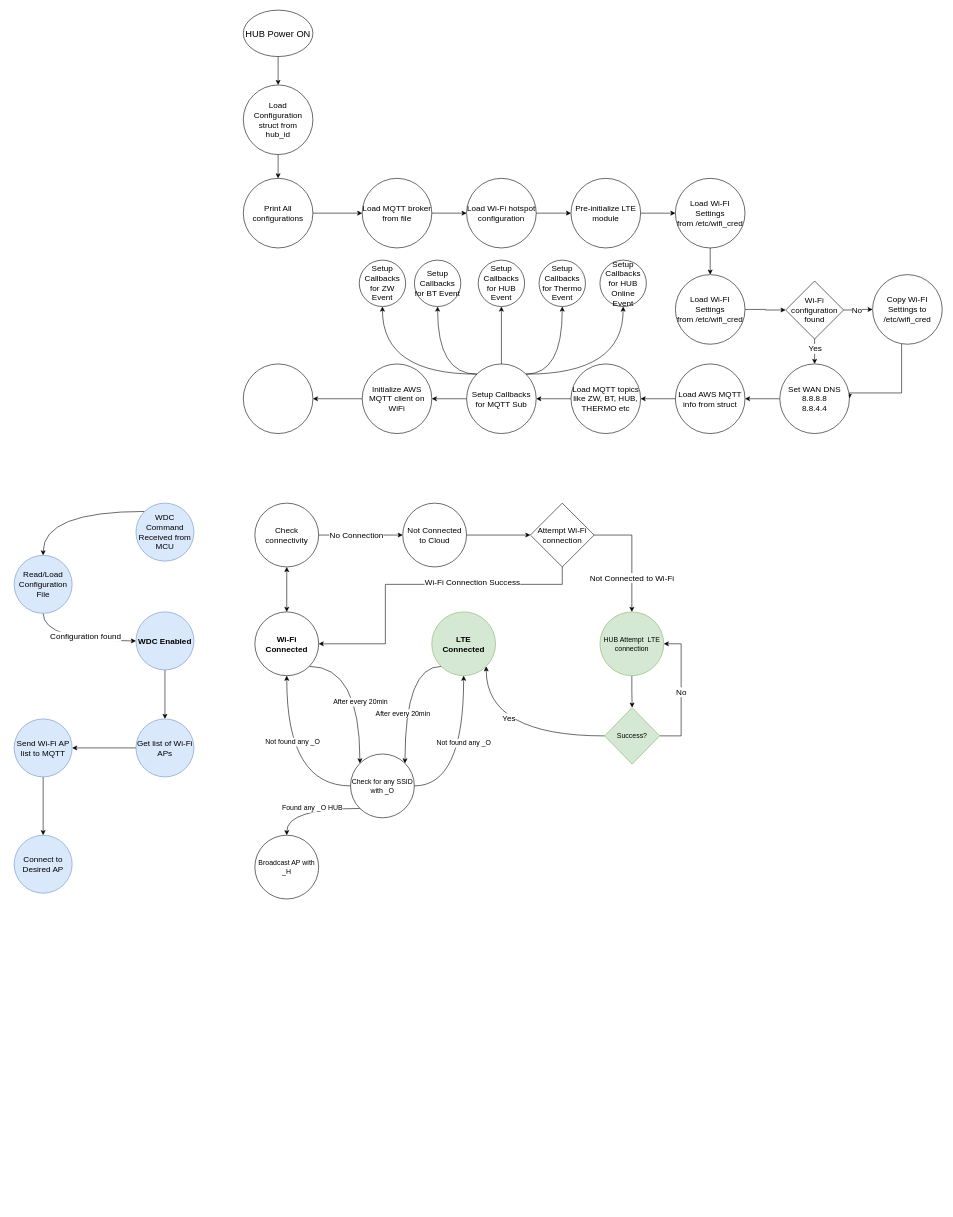
Above: connectivity states.drawio in sohaibqamar/drawings (draw.io), before the change. Source tidied: cells renumbered, new cells numbered last; positions are measured from the earlier drawing's top-left corner, leaving out a move shared by most shapes. Both pictures are drawn from the tidied source at 58%, with x=0, y=0 at pixel (14, 10).
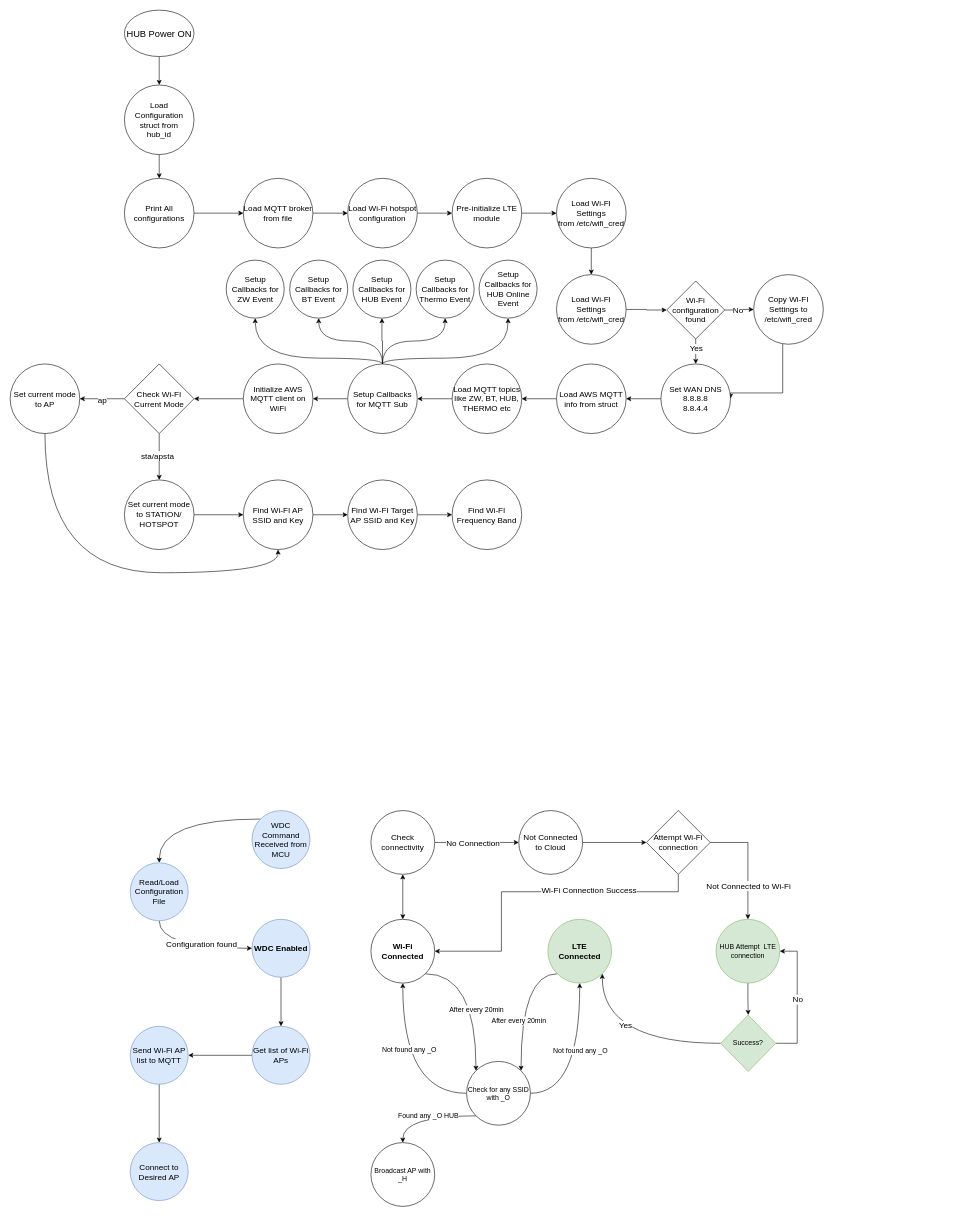
Above is the later version.

Change to the diagram source:
```diff
@@
     <mxCell id="3" value="HUB Power ON" style="ellipse;whiteSpace=wrap;html=1;fontSize=16;" parent="1" vertex="1">
-      <mxGeometry x="395" width="120" height="80" as="geometry" />
+      <mxGeometry x="190" width="120" height="80" as="geometry" />
     </mxCell>
@@
     <mxCell id="7" value="Check connectivity" style="ellipse;whiteSpace=wrap;html=1;fontSize=14;" parent="1" vertex="1">
-      <mxGeometry x="414.9" y="850" width="110" height="110" as="geometry" />
+      <mxGeometry x="615" y="1380" width="110" height="110" as="geometry" />
     </mxCell>
@@
     <mxCell id="10" value="Wi-Fi &lt;br style=&quot;font-size: 14px;&quot;&gt;Connected" style="ellipse;whiteSpace=wrap;html=1;fontSize=14;fontStyle=1;" parent="1" vertex="1">
-      <mxGeometry x="414.9" y="1037.5" width="110" height="110" as="geometry" />
+      <mxGeometry x="615" y="1567.5" width="110" height="110" as="geometry" />
     </mxCell>
@@
     <mxCell id="13" value="LTE&lt;br style=&quot;font-size: 14px;&quot;&gt;Connected" style="ellipse;whiteSpace=wrap;html=1;fillColor=#d5e8d4;strokeColor=#82b366;fillStyle=solid;fontStyle=1;fontSize=14;" parent="1" vertex="1">
-      <mxGeometry x="719.9" y="1037.5" width="110" height="110" as="geometry" />
+      <mxGeometry x="920" y="1567.5" width="110" height="110" as="geometry" />
     </mxCell>
     <mxCell id="14" style="edgeStyle=orthogonalEdgeStyle;jettySize=auto;html=1;curved=0;exitX=0.5;exitY=1;exitDx=0;exitDy=0;rounded=0;entryX=1;entryY=0.5;entryDx=0;entryDy=0;" parent="1" edge="1" source="16" target="10">
       <mxGeometry relative="1" as="geometry">
         <Array as="points">
-          <mxPoint x="944.9" y="990" />
-          <mxPoint x="639.9" y="990" />
-          <mxPoint x="639.9" y="1092" />
+          <mxPoint x="1145" y="1520" />
+          <mxPoint x="840" y="1520" />
+          <mxPoint x="840" y="1622" />
         </Array>
       </mxGeometry>
     </mxCell>
@@
     <mxCell id="16" value="Attempt Wi-Fi connection" style="rhombus;whiteSpace=wrap;html=1;fontSize=14;" parent="1" vertex="1">
-      <mxGeometry x="889.9" y="850" width="110" height="110" as="geometry" />
+      <mxGeometry x="1090" y="1380" width="110" height="110" as="geometry" />
     </mxCell>
@@
     <mxCell id="18" value="WDC Enabled" style="ellipse;whiteSpace=wrap;html=1;fontSize=14;fillColor=#dae8fc;strokeColor=#6c8ebf;fontStyle=1;" parent="1" vertex="1">
-      <mxGeometry x="209.9" y="1037.5" width="100" height="100" as="geometry" />
+      <mxGeometry x="410" y="1567.5" width="100" height="100" as="geometry" />
     </mxCell>
@@
     <mxCell id="25" value="Check for any SSID with _O" style="ellipse;whiteSpace=wrap;html=1;" parent="1" vertex="1">
-      <mxGeometry x="579.9" y="1282.5" width="110" height="110" as="geometry" />
+      <mxGeometry x="780" y="1812.5" width="110" height="110" as="geometry" />
     </mxCell>
     <mxCell id="26" value="Broadcast AP with _H" style="ellipse;whiteSpace=wrap;html=1;" parent="1" vertex="1">
-      <mxGeometry x="414.9" y="1422.5" width="110" height="110" as="geometry" />
+      <mxGeometry x="615" y="1952.5" width="110" height="110" as="geometry" />
     </mxCell>
@@
     <mxCell id="28" value="Not Connected to Cloud" style="ellipse;whiteSpace=wrap;html=1;fontSize=14;" parent="1" vertex="1">
-      <mxGeometry x="669.9" y="850" width="110" height="110" as="geometry" />
+      <mxGeometry x="870" y="1380" width="110" height="110" as="geometry" />
     </mxCell>
@@
     <mxCell id="32" value="WDC Command Received from MCU" style="ellipse;whiteSpace=wrap;html=1;fontSize=14;fillColor=#dae8fc;strokeColor=#6c8ebf;" parent="1" vertex="1">
-      <mxGeometry x="209.9" y="850" width="100" height="100" as="geometry" />
+      <mxGeometry x="410" y="1380" width="100" height="100" as="geometry" />
     </mxCell>
@@
     <mxCell id="34" value="Get list of Wi-Fi APs" style="ellipse;whiteSpace=wrap;html=1;fontSize=14;fillColor=#dae8fc;strokeColor=#6c8ebf;" parent="1" vertex="1">
-      <mxGeometry x="209.9" y="1222" width="100" height="100" as="geometry" />
+      <mxGeometry x="410" y="1752" width="100" height="100" as="geometry" />
     </mxCell>
@@
     <mxCell id="37" value="Read/Load Configuration File" style="ellipse;whiteSpace=wrap;html=1;fontSize=14;fillColor=#dae8fc;strokeColor=#6c8ebf;" parent="1" vertex="1">
-      <mxGeometry x="-0.1" y="940" width="100" height="100" as="geometry" />
+      <mxGeometry x="200" y="1470" width="100" height="100" as="geometry" />
     </mxCell>
@@
     <mxCell id="39" value="HUB Attempt&amp;nbsp; LTE connection" style="ellipse;whiteSpace=wrap;html=1;fillColor=#d5e8d4;strokeColor=#82b366;fillStyle=solid;" parent="1" vertex="1">
-      <mxGeometry x="1009.9" y="1037.5" width="110" height="110" as="geometry" />
+      <mxGeometry x="1210" y="1567.5" width="110" height="110" as="geometry" />
     </mxCell>
@@
     <mxCell id="42" style="edgeStyle=orthogonalEdgeStyle;rounded=0;jettySize=auto;html=1;entryX=1;entryY=0.5;entryDx=0;entryDy=0;exitX=1;exitY=0.5;exitDx=0;exitDy=0;" parent="1" edge="1" source="44" target="39">
       <mxGeometry relative="1" as="geometry">
         <Array as="points">
-          <mxPoint x="1149.9" y="1251" />
-          <mxPoint x="1149.9" y="1092" />
+          <mxPoint x="1350" y="1781" />
+          <mxPoint x="1350" y="1622" />
         </Array>
       </mxGeometry>
     </mxCell>
@@
     <mxCell id="44" value="Success?" style="rhombus;whiteSpace=wrap;html=1;fillColor=#d5e8d4;strokeColor=#82b366;fillStyle=solid;" parent="1" vertex="1">
-      <mxGeometry x="1017.9" y="1202.5" width="95" height="97.5" as="geometry" />
+      <mxGeometry x="1218" y="1732.5" width="95" height="97.5" as="geometry" />
     </mxCell>
     <mxCell id="45" value="Connect to Desired AP" style="ellipse;whiteSpace=wrap;html=1;fontSize=14;fillColor=#dae8fc;strokeColor=#6c8ebf;" parent="1" vertex="1">
-      <mxGeometry x="-0.1" y="1422.5" width="100" height="100" as="geometry" />
+      <mxGeometry x="200" y="1952.5" width="100" height="100" as="geometry" />
     </mxCell>
@@
     <mxCell id="47" value="Send Wi-Fi AP list to MQTT" style="ellipse;whiteSpace=wrap;html=1;fontSize=14;fillColor=#dae8fc;strokeColor=#6c8ebf;" parent="1" vertex="1">
-      <mxGeometry x="-0.1" y="1222" width="100" height="100" as="geometry" />
+      <mxGeometry x="200" y="1752" width="100" height="100" as="geometry" />
     </mxCell>
@@
     <mxCell id="49" value="Load Configuration struct from&lt;br&gt;hub_id" style="ellipse;whiteSpace=wrap;html=1;fontSize=14;" parent="1" vertex="1">
-      <mxGeometry x="395" y="129" width="120" height="120" as="geometry" />
+      <mxGeometry x="190" y="129" width="120" height="120" as="geometry" />
     </mxCell>
@@
     <mxCell id="51" value="Print All configurations" style="ellipse;whiteSpace=wrap;html=1;fontSize=14;" parent="1" vertex="1">
-      <mxGeometry x="395" y="290" width="120" height="120" as="geometry" />
+      <mxGeometry x="190" y="290" width="120" height="120" as="geometry" />
     </mxCell>
@@
     <mxCell id="53" value="Load MQTT broker from file" style="ellipse;whiteSpace=wrap;html=1;fontSize=14;" parent="1" vertex="1">
-      <mxGeometry x="600" y="290" width="120" height="120" as="geometry" />
+      <mxGeometry x="395" y="290" width="120" height="120" as="geometry" />
     </mxCell>
@@
     <mxCell id="55" value="Load Wi-Fi hotspot configuration" style="ellipse;whiteSpace=wrap;html=1;fontSize=14;" parent="1" vertex="1">
-      <mxGeometry x="780" y="290" width="120" height="120" as="geometry" />
+      <mxGeometry x="575" y="290" width="120" height="120" as="geometry" />
     </mxCell>
@@
     <mxCell id="57" value="Pre-initialize LTE module" style="ellipse;whiteSpace=wrap;html=1;fontSize=14;" parent="1" vertex="1">
-      <mxGeometry x="960" y="290" width="120" height="120" as="geometry" />
+      <mxGeometry x="755" y="290" width="120" height="120" as="geometry" />
     </mxCell>
@@
     <mxCell id="59" value="Load Wi-FI Settings from&amp;nbsp;/etc/wifi_cred" style="ellipse;whiteSpace=wrap;html=1;fontSize=14;" parent="1" vertex="1">
-      <mxGeometry x="1140" y="290" width="120" height="120" as="geometry" />
+      <mxGeometry x="935" y="290" width="120" height="120" as="geometry" />
     </mxCell>
@@
     <mxCell id="61" value="Load Wi-FI Settings from&amp;nbsp;/etc/wifi_cred" style="ellipse;whiteSpace=wrap;html=1;fontSize=14;" parent="1" vertex="1">
-      <mxGeometry x="1140" y="456" width="120" height="120" as="geometry" />
+      <mxGeometry x="935" y="456" width="120" height="120" as="geometry" />
     </mxCell>
@@
     <mxCell id="66" value="Wi-Fi configuration found" style="rhombus;whiteSpace=wrap;html=1;fontSize=14;" parent="1" vertex="1">
-      <mxGeometry x="1330" y="467" width="100" height="100" as="geometry" />
+      <mxGeometry x="1125" y="467" width="100" height="100" as="geometry" />
     </mxCell>
     <mxCell id="67" style="edgeStyle=orthogonalEdgeStyle;rounded=0;jettySize=auto;html=1;entryX=1;entryY=0.5;entryDx=0;entryDy=0;" parent="1" edge="1" source="68" target="70">
       <mxGeometry relative="1" as="geometry">
         <Array as="points">
-          <mxPoint x="1530" y="660" />
+          <mxPoint x="1325" y="660" />
         </Array>
       </mxGeometry>
     </mxCell>
     <mxCell id="68" value="Copy Wi-FI Settings to /etc/wifi_cred" style="ellipse;whiteSpace=wrap;html=1;fontSize=14;" parent="1" vertex="1">
-      <mxGeometry x="1480" y="456" width="120" height="120" as="geometry" />
+      <mxGeometry x="1275" y="456" width="120" height="120" as="geometry" />
     </mxCell>
@@
     <mxCell id="70" value="Set WAN DNS&lt;br&gt;8.8.8.8&lt;br&gt;8.8.4.4" style="ellipse;whiteSpace=wrap;html=1;fontSize=14;" parent="1" vertex="1">
-      <mxGeometry x="1320" y="610" width="120" height="120" as="geometry" />
+      <mxGeometry x="1115" y="610" width="120" height="120" as="geometry" />
     </mxCell>
@@
     <mxCell id="72" value="Load AWS MQTT info from struct" style="ellipse;whiteSpace=wrap;html=1;fontSize=14;" parent="1" vertex="1">
-      <mxGeometry x="1140" y="610" width="120" height="120" as="geometry" />
+      <mxGeometry x="935" y="610" width="120" height="120" as="geometry" />
     </mxCell>
@@
     <mxCell id="74" value="Load MQTT topics like ZW, BT, HUB, THERMO etc" style="ellipse;whiteSpace=wrap;html=1;fontSize=14;" parent="1" vertex="1">
-      <mxGeometry x="960" y="610" width="120" height="120" as="geometry" />
+      <mxGeometry x="755" y="610" width="120" height="120" as="geometry" />
     </mxCell>
+    <mxCell id="90" style="edgeStyle=orthogonalEdgeStyle;rounded=0;jettySize=auto;html=1;exitX=0.5;exitY=1;exitDx=0;exitDy=0;entryX=0.5;entryY=0;entryDx=0;entryDy=0;" parent="1" edge="1" source="75" target="95">
+      <mxGeometry relative="1" as="geometry" />
+    </mxCell>
+    <mxCell id="91" value="&lt;font style=&quot;font-size: 14px;&quot;&gt;sta/apsta&lt;/font&gt;" style="edgeLabel;html=1;align=center;verticalAlign=middle;" parent="90" vertex="1">
+      <mxGeometry x="-0.04" y="-4" relative="1" as="geometry" />
+    </mxCell>
+    <mxCell id="92" style="edgeStyle=orthogonalEdgeStyle;rounded=0;jettySize=auto;html=1;entryX=1;entryY=0.5;entryDx=0;entryDy=0;" parent="1" edge="1" source="75" target="97">
+      <mxGeometry relative="1" as="geometry" />
+    </mxCell>
+    <mxCell id="93" value="&lt;font style=&quot;font-size: 14px;&quot;&gt;ap&lt;/font&gt;" style="edgeLabel;html=1;align=center;verticalAlign=middle;" parent="92" vertex="1">
+      <mxGeometry y="2" relative="1" as="geometry" />
+    </mxCell>
-    <mxCell id="75" style="ellipse;whiteSpace=wrap;html=1;fontSize=14;" parent="1" vertex="1">
-      <mxGeometry x="395" y="610" width="120" height="120" as="geometry" />
+    <mxCell id="75" value="Check Wi-FI Current Mode" style="rhombus;whiteSpace=wrap;html=1;fontSize=14;" parent="1" vertex="1">
+      <mxGeometry x="190" y="610" width="120" height="120" as="geometry" />
     </mxCell>
@@
-    <mxCell id="78" style="edgeStyle=orthogonalEdgeStyle;rounded=0;jettySize=auto;html=1;exitX=1;exitY=0;exitDx=0;exitDy=0;entryX=0.5;entryY=1;entryDx=0;entryDy=0;curved=1;" parent="1" edge="1" source="80" target="85">
+    <mxCell id="78" style="edgeStyle=orthogonalEdgeStyle;rounded=0;jettySize=auto;html=1;exitX=0.5;exitY=0;exitDx=0;exitDy=0;entryX=0.5;entryY=1;entryDx=0;entryDy=0;curved=1;" parent="1" edge="1" source="80" target="85">
       <mxGeometry relative="1" as="geometry" />
     </mxCell>
-    <mxCell id="79" style="edgeStyle=orthogonalEdgeStyle;rounded=0;jettySize=auto;html=1;exitX=0;exitY=0;exitDx=0;exitDy=0;entryX=0.5;entryY=1;entryDx=0;entryDy=0;curved=1;" parent="1" edge="1" source="80" target="84">
+    <mxCell id="79" style="edgeStyle=orthogonalEdgeStyle;rounded=0;jettySize=auto;html=1;entryX=0.5;entryY=1;entryDx=0;entryDy=0;curved=1;" parent="1" edge="1" source="80" target="84">
       <mxGeometry relative="1" as="geometry" />
     </mxCell>
     <mxCell id="80" value="Setup Callbacks for MQTT Sub" style="ellipse;whiteSpace=wrap;html=1;fontSize=14;" parent="1" vertex="1">
-      <mxGeometry x="780" y="610" width="120" height="120" as="geometry" />
+      <mxGeometry x="575" y="610" width="120" height="120" as="geometry" />
     </mxCell>
@@
     <mxCell id="82" value="Initialize AWS MQTT client on WiFi" style="ellipse;whiteSpace=wrap;html=1;fontSize=14;" parent="1" vertex="1">
-      <mxGeometry x="600" y="610" width="120" height="120" as="geometry" />
+      <mxGeometry x="395" y="610" width="120" height="120" as="geometry" />
     </mxCell>
     <mxCell id="83" value="Setup Callbacks for HUB Event" style="ellipse;whiteSpace=wrap;html=1;fontSize=14;" parent="1" vertex="1">
-      <mxGeometry x="800" y="431" width="80" height="80" as="geometry" />
+      <mxGeometry x="584" y="431" width="100" height="100" as="geometry" />
     </mxCell>
     <mxCell id="84" value="Setup Callbacks for BT Event" style="ellipse;whiteSpace=wrap;html=1;fontSize=14;" parent="1" vertex="1">
-      <mxGeometry x="690" y="431" width="80" height="80" as="geometry" />
+      <mxGeometry x="475" y="431" width="100" height="100" as="geometry" />
     </mxCell>
     <mxCell id="85" value="Setup Callbacks for Thermo Event" style="ellipse;whiteSpace=wrap;html=1;fontSize=14;" parent="1" vertex="1">
-      <mxGeometry x="904.9" y="431" width="80" height="80" as="geometry" />
+      <mxGeometry x="693" y="431" width="100" height="100" as="geometry" />
     </mxCell>
-    <mxCell id="86" style="edgeStyle=orthogonalEdgeStyle;rounded=0;jettySize=auto;html=1;exitX=0;exitY=0;exitDx=0;exitDy=0;entryX=0.5;entryY=1;entryDx=0;entryDy=0;curved=1;" parent="1" edge="1" source="80" target="87">
-      <mxGeometry relative="1" as="geometry" />
+    <mxCell id="86" style="edgeStyle=orthogonalEdgeStyle;rounded=0;jettySize=auto;html=1;exitX=0.5;exitY=0;exitDx=0;exitDy=0;entryX=0.5;entryY=1;entryDx=0;entryDy=0;curved=1;" parent="1" edge="1" source="80" target="87">
+      <mxGeometry relative="1" as="geometry">
+        <Array as="points">
+          <mxPoint x="635" y="600" />
+          <mxPoint x="416" y="600" />
+        </Array>
+      </mxGeometry>
     </mxCell>
     <mxCell id="87" value="Setup Callbacks for ZW Event" style="ellipse;whiteSpace=wrap;html=1;fontSize=14;" parent="1" vertex="1">
-      <mxGeometry x="594.9" y="431" width="80" height="80" as="geometry" />
+      <mxGeometry x="365.5" y="431" width="100" height="100" as="geometry" />
     </mxCell>
-    <mxCell id="88" style="edgeStyle=orthogonalEdgeStyle;rounded=0;jettySize=auto;html=1;exitX=1;exitY=0;exitDx=0;exitDy=0;curved=1;" parent="1" edge="1" source="80" target="89">
-      <mxGeometry relative="1" as="geometry" />
+    <mxCell id="88" style="edgeStyle=orthogonalEdgeStyle;rounded=0;jettySize=auto;html=1;exitX=0.5;exitY=0;exitDx=0;exitDy=0;curved=1;" parent="1" edge="1" source="80" target="89">
+      <mxGeometry relative="1" as="geometry">
+        <Array as="points">
+          <mxPoint x="635" y="600" />
+          <mxPoint x="852" y="600" />
+        </Array>
+      </mxGeometry>
     </mxCell>
     <mxCell id="89" value="Setup Callbacks for HUB Online Event" style="ellipse;whiteSpace=wrap;html=1;fontSize=14;" parent="1" vertex="1">
-      <mxGeometry x="1009.9" y="431" width="80" height="80" as="geometry" />
+      <mxGeometry x="801.5" y="431" width="100" height="100" as="geometry" />
     </mxCell>
+    <mxCell id="94" style="edgeStyle=orthogonalEdgeStyle;rounded=0;jettySize=auto;html=1;entryX=0;entryY=0.5;entryDx=0;entryDy=0;" parent="1" edge="1" source="95" target="99">
+      <mxGeometry relative="1" as="geometry" />
+    </mxCell>
+    <mxCell id="95" value="Set current mode to STATION/ HOTSPOT" style="ellipse;whiteSpace=wrap;html=1;fontSize=14;" parent="1" vertex="1">
+      <mxGeometry x="190" y="810" width="120" height="120" as="geometry" />
+    </mxCell>
+    <mxCell id="96" style="edgeStyle=orthogonalEdgeStyle;rounded=0;jettySize=auto;html=1;exitX=0.5;exitY=1;exitDx=0;exitDy=0;entryX=0.5;entryY=1;entryDx=0;entryDy=0;curved=1;" parent="1" edge="1" source="97" target="99">
+      <mxGeometry relative="1" as="geometry">
+        <Array as="points">
+          <mxPoint x="53" y="970" />
+          <mxPoint x="455" y="970" />
+        </Array>
+      </mxGeometry>
+    </mxCell>
+    <mxCell id="97" value="Set current mode to AP" style="ellipse;whiteSpace=wrap;html=1;fontSize=14;" parent="1" vertex="1">
+      <mxGeometry x="-7" y="610" width="120" height="120" as="geometry" />
+    </mxCell>
+    <mxCell id="98" style="edgeStyle=orthogonalEdgeStyle;rounded=0;jettySize=auto;html=1;entryX=0;entryY=0.5;entryDx=0;entryDy=0;" parent="1" edge="1" source="99" target="101">
+      <mxGeometry relative="1" as="geometry" />
+    </mxCell>
+    <mxCell id="99" value="Find Wi-FI AP SSID and Key" style="ellipse;whiteSpace=wrap;html=1;fontSize=14;" parent="1" vertex="1">
+      <mxGeometry x="395" y="810" width="120" height="120" as="geometry" />
+    </mxCell>
+    <mxCell id="100" style="edgeStyle=orthogonalEdgeStyle;rounded=0;jettySize=auto;html=1;entryX=0;entryY=0.5;entryDx=0;entryDy=0;" parent="1" edge="1" source="101" target="102">
+      <mxGeometry relative="1" as="geometry" />
+    </mxCell>
+    <mxCell id="101" value="Find Wi-FI Target AP SSID and Key" style="ellipse;whiteSpace=wrap;html=1;fontSize=14;" parent="1" vertex="1">
+      <mxGeometry x="575" y="810" width="120" height="120" as="geometry" />
+    </mxCell>
+    <mxCell id="102" value="Find Wi-FI Frequency Band" style="ellipse;whiteSpace=wrap;html=1;fontSize=14;" parent="1" vertex="1">
+      <mxGeometry x="755" y="810" width="120" height="120" as="geometry" />
+    </mxCell>
```
